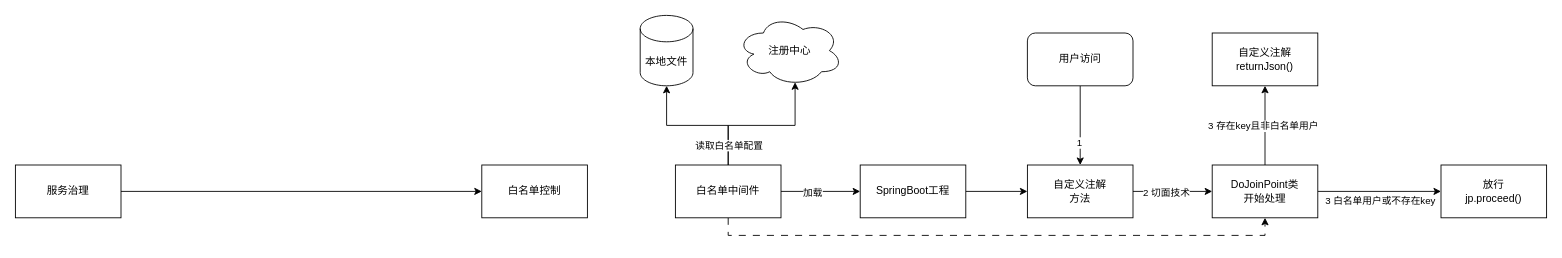
Earlier version of the draw.io diagram diagrams/中间件.drawio (gcloudream/draw). Source tidied: cells renumbered, new cells numbered last; positions are measured from the earlier drawing's top-left corner, leaving out a move shared by most shapes. Both pictures are drawn from the tidied source at 88%, with x=0, y=0 at pixel (15, 15).
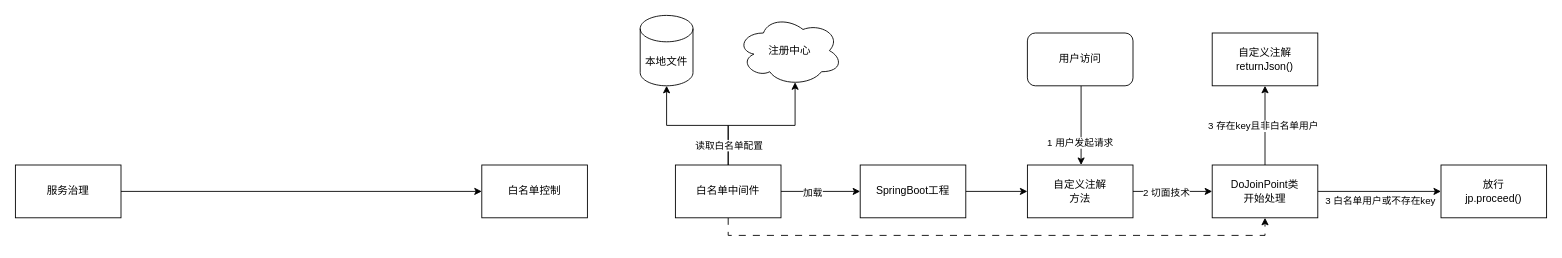
Above is the later version.

Commit message (it also covers changes not shown here):
更新中间件.drawio

Unchanged cells that the change refers to:
```xml
<mxCell id="18" value="自定义注解&lt;div&gt;方法&lt;/div&gt;" style="rounded=0;whiteSpace=wrap;html=1;" parent="1" vertex="1">
  <mxGeometry x="1150" y="170" width="120" height="60" as="geometry" />
</mxCell>
<mxCell id="21" value="用户访问" style="rounded=1;whiteSpace=wrap;html=1;" parent="1" vertex="1">
  <mxGeometry x="1150" y="20" width="120" height="60" as="geometry" />
</mxCell>
```

Diff of the diagram source:
```diff
@@
-    <mxCell id="19" style="edgeStyle=orthogonalEdgeStyle;rounded=0;jettySize=auto;html=1;exitX=0.5;exitY=1;exitDx=0;exitDy=0;entryX=0.5;entryY=0;entryDx=0;entryDy=0;" parent="1" edge="1" source="21" target="18">
-      <mxGeometry relative="1" as="geometry" />
+    <mxCell id="19" style="edgeStyle=orthogonalEdgeStyle;rounded=0;orthogonalLoop=1;jettySize=auto;html=1;exitX=0.5;exitY=1;exitDx=0;exitDy=0;entryX=0.5;entryY=0;entryDx=0;entryDy=0;" parent="1" edge="1">
+      <mxGeometry relative="1" as="geometry">
+        <mxPoint x="1211" y="80" as="sourcePoint" />
+        <mxPoint x="1211" y="170" as="targetPoint" />
+      </mxGeometry>
     </mxCell>
-    <mxCell id="20" value="1" style="edgeLabel;html=1;align=center;verticalAlign=middle;" parent="19" vertex="1">
+    <mxCell id="20" value="1 用户发起请求" style="edgeLabel;html=1;align=center;verticalAlign=middle;" parent="19" vertex="1">
       <mxGeometry x="0.42" y="-2" relative="1" as="geometry" />
     </mxCell>
```
